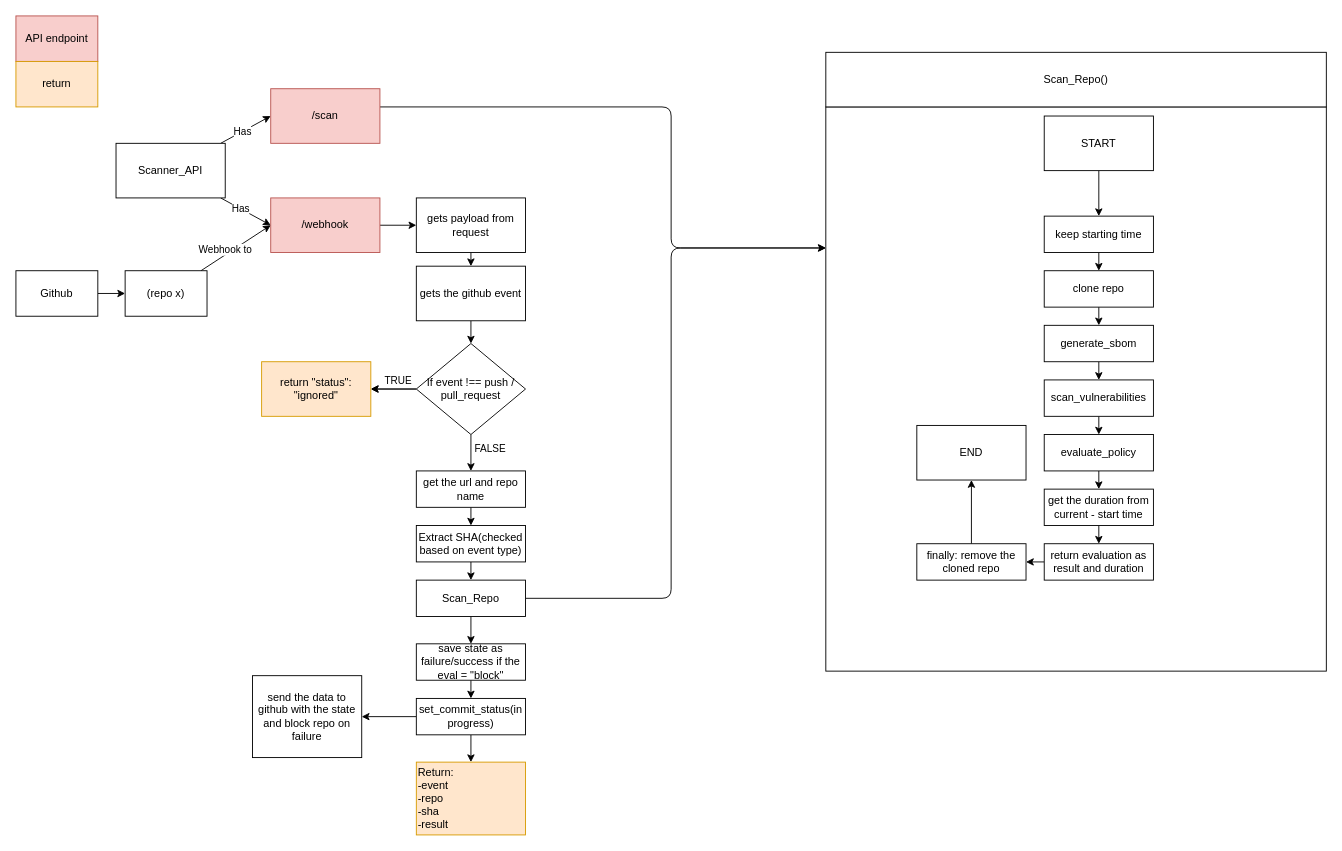
This is page "Current Project" (1 of 3) of Overview.drawio from siem125/CSS-S6-Flavor1, a draw.io file, before an edit. Source tidied: cells renumbered, new cells numbered last; positions are measured from the earlier drawing's top-left corner, leaving out a move shared by most shapes. Both pictures are drawn from the tidied source at 91%, with x=0, y=0 at pixel (15, 15).
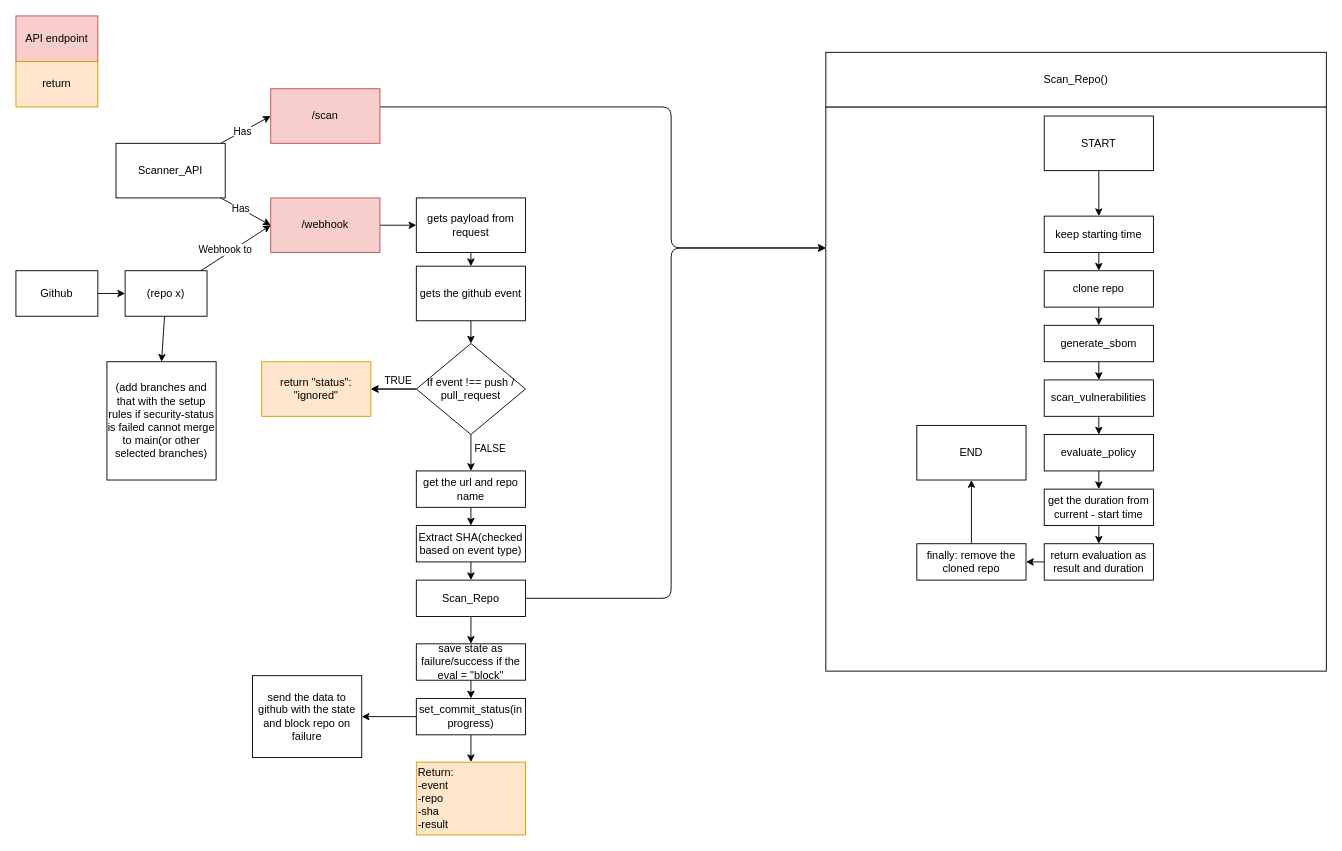
The same diagram, later.

The change refers to these unchanged cells:
```xml
<mxCell id="16" value="(repo x)" style="rounded=0;whiteSpace=wrap;html=1;" parent="1" vertex="1">
  <mxGeometry x="120" y="280" width="90" height="50" as="geometry" />
</mxCell>
```

What changed in the source:
```diff
@@
+    <mxCell id="64" style="edgeStyle=none;html=1;entryX=0.5;entryY=0;entryDx=0;entryDy=0;" parent="1" edge="1" source="16" target="65">
+      <mxGeometry relative="1" as="geometry" />
+    </mxCell>
@@
+    <mxCell id="65" value="(add branches and that with the setup rules if security-status is failed cannot merge to main(or other selected branches)" style="rounded=0;whiteSpace=wrap;html=1;" parent="1" vertex="1">
+      <mxGeometry x="100" y="380" width="120" height="130" as="geometry" />
+    </mxCell>
```
